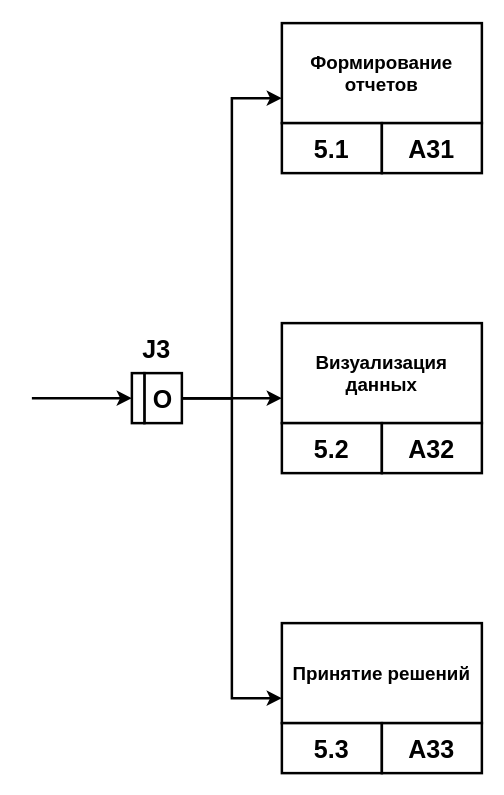
Before: page "IDEF3_5" (6 of 6) of ТРПОиОК, л.р. 3, IDEF3.drawio in Cyber-Limon/Software_development_technology_and_quality_assessment___Lab_3, a draw.io diagram. Source tidied: cells renumbered, new cells numbered last; positions are measured from the earlier drawing's top-left corner, leaving out a move shared by most shapes. Both pictures are drawn from the tidied source at 125%, with x=0, y=0 at pixel (31, 22).
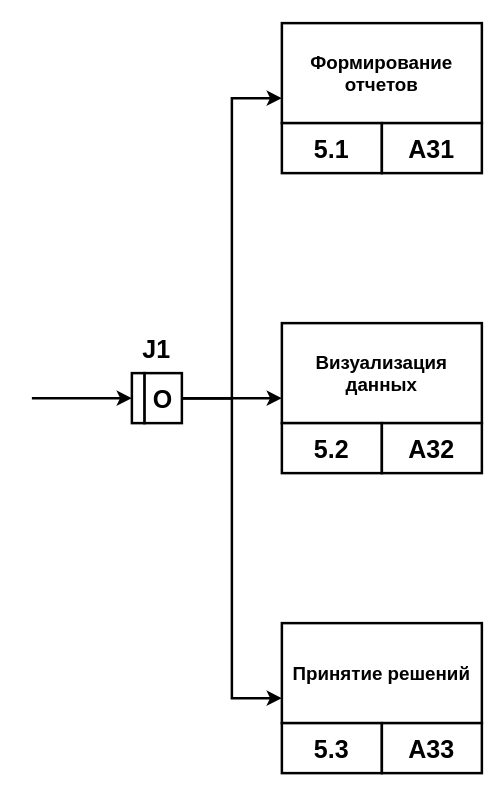
After the change.

The edit, as a diff of the source:
```diff
@@
-    <mxCell id="21" value="&lt;b&gt;&lt;font&gt;J3&lt;/font&gt;&lt;/b&gt;" style="text;html=1;whiteSpace=wrap;strokeColor=none;fillColor=none;align=center;verticalAlign=middle;rounded=0;fontSize=20;" parent="1" vertex="1">
+    <mxCell id="21" value="&lt;b&gt;&lt;font&gt;J1&lt;/font&gt;&lt;/b&gt;" style="text;html=1;whiteSpace=wrap;strokeColor=none;fillColor=none;align=center;verticalAlign=middle;rounded=0;fontSize=20;" parent="1" vertex="1">
       <mxGeometry x="80" y="240" width="40" height="40" as="geometry" />
     </mxCell>
```
